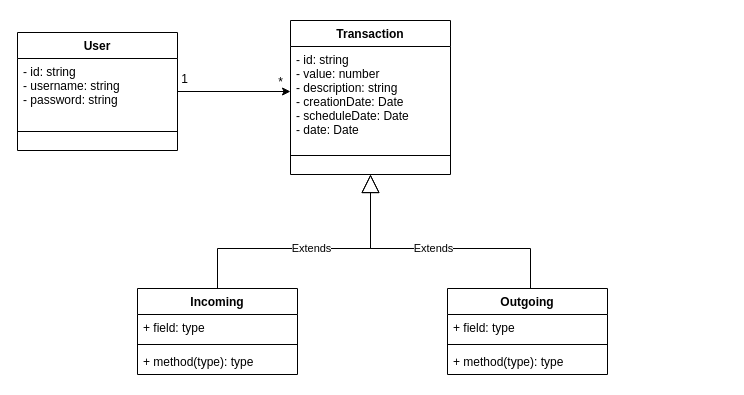
Earlier version of the draw.io diagram page "Entities" (2 of 2) of budget-app.drawio (acastillo9/budget). Source tidied: cells renumbered, new cells numbered last; positions are measured from the earlier drawing's top-left corner, leaving out a move shared by most shapes. Both pictures are drawn from the tidied source at 100%, with x=0, y=0 at pixel (17, 20).
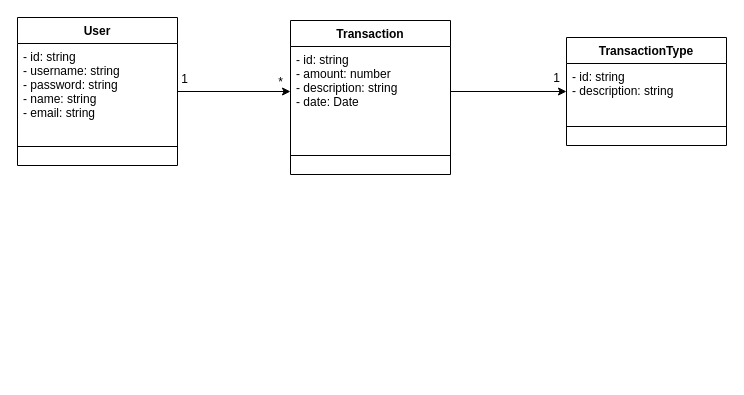
Above is the later version.

Unchanged cells that the change refers to:
```xml
<mxCell id="10" value="Transaction" style="swimlane;fontStyle=1;align=center;verticalAlign=top;horizontal=1;startSize=26;" parent="1" vertex="1">
  <mxGeometry x="273" width="160" height="154" as="geometry" />
</mxCell>
```

Change to the diagram source:
```diff
@@
-    <mxCell id="2" value="Incoming" style="swimlane;fontStyle=1;align=center;verticalAlign=top;horizontal=1;startSize=26;" parent="1" vertex="1">
-      <mxGeometry x="120" y="268" width="160" height="86" as="geometry" />
-    </mxCell>
-    <mxCell id="3" value="+ field: type" style="text;strokeColor=none;fillColor=none;align=left;verticalAlign=top;spacingLeft=4;spacingRight=4;overflow=hidden;" parent="2" vertex="1">
-      <mxGeometry y="26" width="160" height="26" as="geometry" />
-    </mxCell>
-    <mxCell id="4" style="line;strokeWidth=1;fillColor=none;align=left;verticalAlign=middle;spacingTop=-1;spacingLeft=3;spacingRight=3;labelPosition=right;" parent="2" vertex="1">
-      <mxGeometry y="52" width="160" height="8" as="geometry" />
-    </mxCell>
-    <mxCell id="5" value="+ method(type): type" style="text;strokeColor=none;fillColor=none;align=left;verticalAlign=top;spacingLeft=4;spacingRight=4;overflow=hidden;" parent="2" vertex="1">
-      <mxGeometry y="60" width="160" height="26" as="geometry" />
-    </mxCell>
-    <mxCell id="6" value="Outgoing" style="swimlane;fontStyle=1;align=center;verticalAlign=top;horizontal=1;startSize=26;" parent="1" vertex="1">
-      <mxGeometry x="430" y="268" width="160" height="86" as="geometry" />
-    </mxCell>
-    <mxCell id="7" value="+ field: type" style="text;strokeColor=none;fillColor=none;align=left;verticalAlign=top;spacingLeft=4;spacingRight=4;overflow=hidden;" parent="6" vertex="1">
-      <mxGeometry y="26" width="160" height="26" as="geometry" />
-    </mxCell>
-    <mxCell id="8" style="line;strokeWidth=1;fillColor=none;align=left;verticalAlign=middle;spacingTop=-1;spacingLeft=3;spacingRight=3;labelPosition=right;" parent="6" vertex="1">
-      <mxGeometry y="52" width="160" height="8" as="geometry" />
-    </mxCell>
-    <mxCell id="9" value="+ method(type): type" style="text;strokeColor=none;fillColor=none;align=left;verticalAlign=top;spacingLeft=4;spacingRight=4;overflow=hidden;" parent="6" vertex="1">
-      <mxGeometry y="60" width="160" height="26" as="geometry" />
-    </mxCell>
@@
-    <mxCell id="11" value="- id: string&#10;- value: number&#10;- description: string&#10;- creationDate: Date&#10;- scheduleDate: Date&#10;- date: Date" style="text;strokeColor=none;fillColor=none;align=left;verticalAlign=top;spacingLeft=4;spacingRight=4;overflow=hidden;points=[[0,0.5],[1,0.5]];portConstraint=eastwest;" parent="10" vertex="1">
+    <mxCell id="11" value="- id: string&#10;- amount: number&#10;- description: string&#10;- date: Date" style="text;strokeColor=none;fillColor=none;align=left;verticalAlign=top;spacingLeft=4;spacingRight=4;overflow=hidden;points=[[0,0.5],[1,0.5]];portConstraint=eastwest;" parent="10" vertex="1">
       <mxGeometry y="26" width="160" height="90" as="geometry" />
     </mxCell>
@@
-    <mxCell id="13" value="Extends" style="endArrow=block;endSize=16;endFill=0;html=1;rounded=0;entryX=0.5;entryY=1;entryDx=0;entryDy=0;exitX=0.5;exitY=0;exitDx=0;exitDy=0;" parent="1" edge="1" source="2" target="10">
-      <mxGeometry relative="1" as="geometry">
-        <Array as="points">
-          <mxPoint x="200" y="228" />
-          <mxPoint x="353" y="228" />
-        </Array>
-      </mxGeometry>
-    </mxCell>
-    <mxCell id="14" value="Extends" style="endArrow=block;endSize=16;endFill=0;html=1;rounded=0;exitX=0.5;exitY=0;exitDx=0;exitDy=0;entryX=0.5;entryY=1;entryDx=0;entryDy=0;" parent="1" edge="1" target="10">
-      <mxGeometry relative="1" as="geometry">
-        <mxPoint x="513" y="268" as="sourcePoint" />
-        <Array as="points">
-          <mxPoint x="513" y="228" />
-          <mxPoint x="353" y="228" />
-        </Array>
-      </mxGeometry>
-    </mxCell>
@@
     <mxCell id="16" value="User" style="swimlane;fontStyle=1;align=center;verticalAlign=top;horizontal=1;startSize=26;" parent="1" vertex="1">
-      <mxGeometry y="12" width="160" height="118" as="geometry" />
+      <mxGeometry y="-3" width="160" height="148" as="geometry" />
     </mxCell>
-    <mxCell id="17" value="- id: string&#10;- username: string&#10;- password: string" style="text;strokeColor=none;fillColor=none;align=left;verticalAlign=top;spacingLeft=4;spacingRight=4;overflow=hidden;" parent="16" vertex="1">
-      <mxGeometry y="26" width="160" height="54" as="geometry" />
+    <mxCell id="17" value="- id: string&#10;- username: string&#10;- password: string&#10;- name: string&#10;- email: string" style="text;strokeColor=none;fillColor=none;align=left;verticalAlign=top;spacingLeft=4;spacingRight=4;overflow=hidden;" parent="16" vertex="1">
+      <mxGeometry y="26" width="160" height="84" as="geometry" />
     </mxCell>
     <mxCell id="18" style="line;strokeWidth=1;fillColor=none;align=left;verticalAlign=middle;spacingTop=-1;spacingLeft=3;spacingRight=3;labelPosition=right;" parent="16" vertex="1">
-      <mxGeometry y="80" width="160" height="38" as="geometry" />
+      <mxGeometry y="110" width="160" height="38" as="geometry" />
     </mxCell>
@@
+    <mxCell id="21" value="TransactionType" style="swimlane;fontStyle=1;align=center;verticalAlign=top;horizontal=1;startSize=26;" parent="1" vertex="1">
+      <mxGeometry x="549" y="17" width="160" height="108" as="geometry" />
+    </mxCell>
+    <mxCell id="22" value="- id: string&#10;- description: string&#10;" style="text;strokeColor=none;fillColor=none;align=left;verticalAlign=top;spacingLeft=4;spacingRight=4;overflow=hidden;" parent="21" vertex="1">
+      <mxGeometry y="26" width="160" height="44" as="geometry" />
+    </mxCell>
+    <mxCell id="23" style="line;strokeWidth=1;fillColor=none;align=left;verticalAlign=middle;spacingTop=-1;spacingLeft=3;spacingRight=3;labelPosition=right;" parent="21" vertex="1">
+      <mxGeometry y="70" width="160" height="38" as="geometry" />
+    </mxCell>
+    <mxCell id="24" style="edgeStyle=orthogonalEdgeStyle;rounded=0;jettySize=auto;html=1;exitX=1;exitY=0.5;exitDx=0;exitDy=0;entryX=0;entryY=0.5;entryDx=0;entryDy=0;" parent="1" edge="1" source="11" target="21">
+      <mxGeometry relative="1" as="geometry" />
+    </mxCell>
+    <mxCell id="25" value="1" style="text;html=1;align=center;verticalAlign=middle;strokeColor=none;fillColor=none;" parent="1" vertex="1">
+      <mxGeometry x="524" y="43" width="30" height="30" as="geometry" />
+    </mxCell>
```
